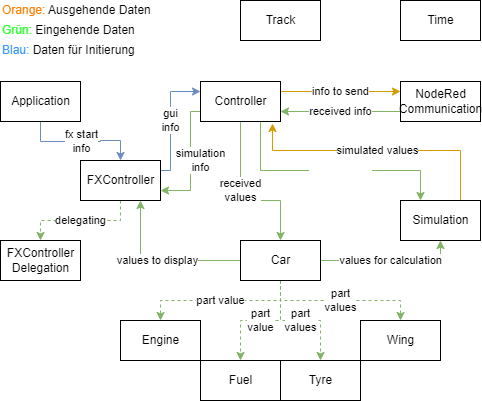
Earlier version of the draw.io export src/main/resources/ClassDiagram.png (Torfkopp/F1DigitalTwinNodeRED). Source tidied: cells renumbered, new cells last; positions are measured from the earlier drawing's top-left corner, leaving out a move shared by most shapes.
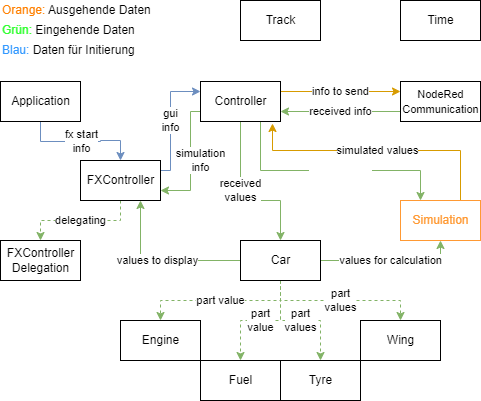
Later version of the same file.

The edit, as a diff of the source:
```diff
@@ -11,7 +11,7 @@
     <mxCell id="4" value="received info" style="edgeStyle=orthogonalEdgeStyle;rounded=0;jettySize=auto;html=1;exitX=0;exitY=0.75;exitDx=0;exitDy=0;entryX=1;entryY=0.75;entryDx=0;entryDy=0;fillColor=#d5e8d4;strokeColor=#82b366;" parent="1" edge="1" source="5" target="14">
       <mxGeometry relative="1" as="geometry" />
     </mxCell>
-    <mxCell id="5" value="NodeRed&lt;br&gt;Communication" style="html=1;" parent="1" vertex="1">
+    <mxCell id="5" value="&lt;font style=&quot;font-size: 11px&quot;&gt;NodeRed&lt;br&gt;&lt;/font&gt;&lt;font style=&quot;font-size: 11px&quot;&gt;Communication&lt;/font&gt;" style="html=1;" parent="1" vertex="1">
       <mxGeometry x="400" y="81" width="80" height="40" as="geometry" />
     </mxCell>
     <mxCell id="6" value="delegating" style="edgeStyle=orthogonalEdgeStyle;rounded=0;jettySize=auto;html=1;exitX=0.5;exitY=1;exitDx=0;exitDy=0;dashed=1;entryX=0.5;entryY=0;entryDx=0;entryDy=0;fillColor=#d5e8d4;strokeColor=#82b366;" parent="1" edge="1" source="8" target="9">
@@ -74,7 +74,7 @@
         </Array>
       </mxGeometry>
     </mxCell>
-    <mxCell id="16" value="Simulation" style="html=1;" parent="1" vertex="1">
+    <mxCell id="16" value="Simulation" style="html=1;fillColor=default;strokeColor=#FF9933;fontColor=#FF9933;" parent="1" vertex="1">
       <mxGeometry x="400" y="200" width="80" height="40" as="geometry" />
     </mxCell>
     <mxCell id="17" value="part value" style="edgeStyle=orthogonalEdgeStyle;rounded=0;jettySize=auto;html=1;exitX=0.5;exitY=1;exitDx=0;exitDy=0;entryX=0.5;entryY=0;entryDx=0;entryDy=0;dashed=1;fillColor=#d5e8d4;strokeColor=#82b366;" parent="1" edge="1" source="24" target="27">
```
